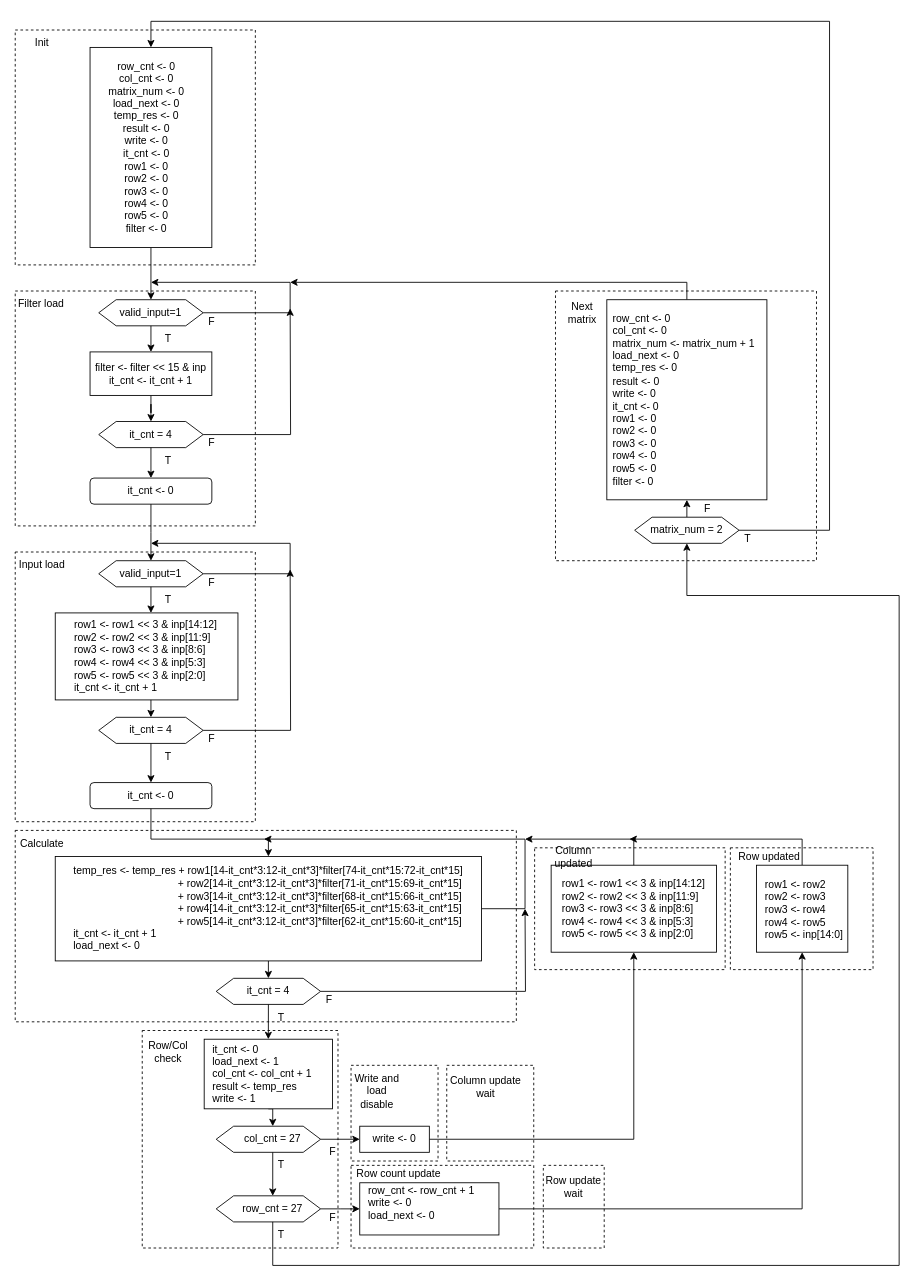
Earlier version of the draw.io diagram page "Convolution ASMD" (3 of 5) of Diagrams.drawio (thevenus/etin35-pulpino). Source tidied: cells renumbered, new cells numbered last; positions are measured from the earlier drawing's top-left corner, leaving out a move shared by most shapes. Both pictures are drawn from the tidied source at 87%, with x=0, y=0 at pixel (15, 21).
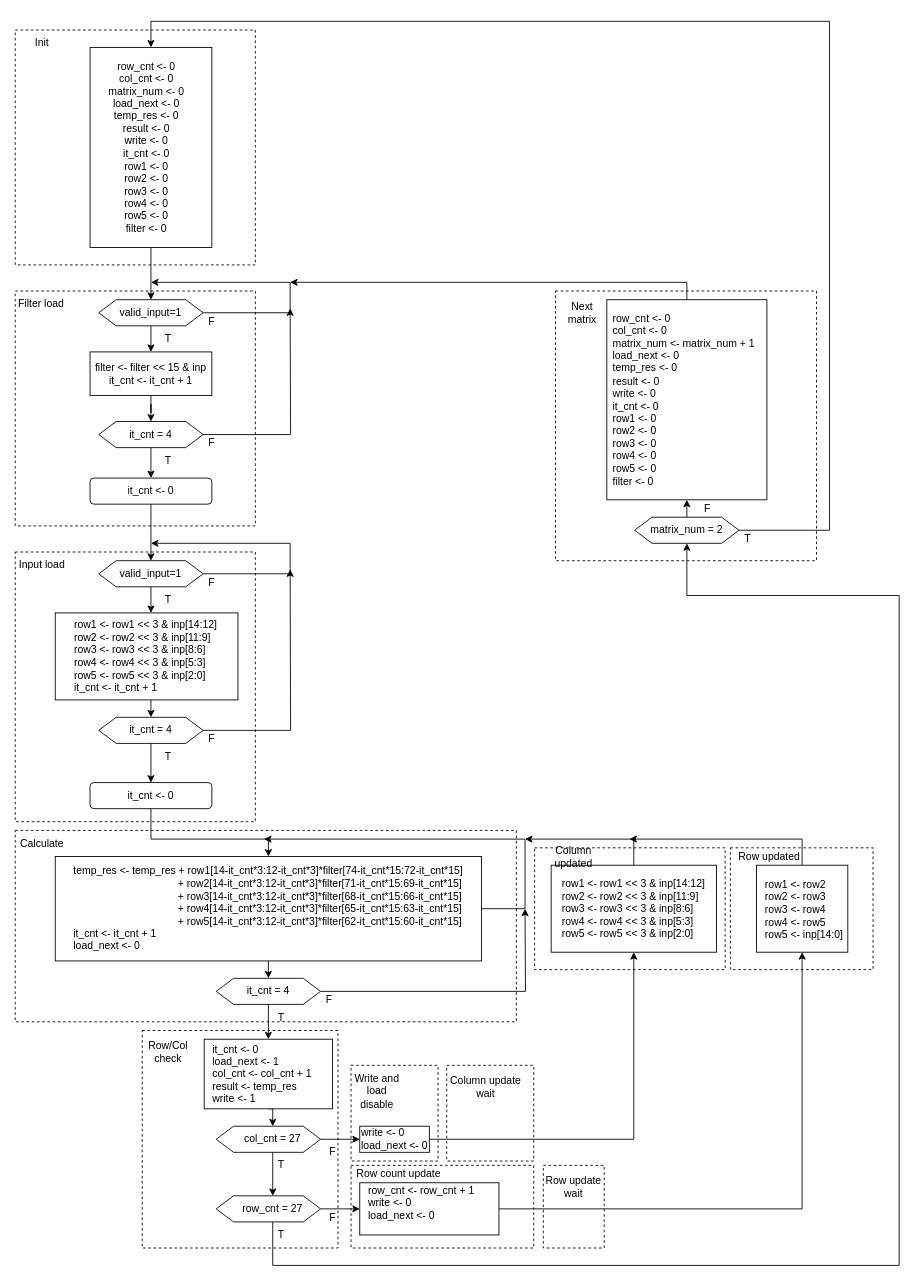
After the change.

Diff of the diagram source:
```diff
@@
-    <mxCell id="92" value="write &amp;lt;- 0" style="text;html=1;align=center;verticalAlign=middle;whiteSpace=wrap;rounded=0;" parent="1" vertex="1">
-      <mxGeometry x="406" y="1270" width="60" height="30" as="geometry" />
+    <mxCell id="92" value="&lt;div align=&quot;left&quot;&gt;write &amp;lt;- 0&lt;/div&gt;&lt;div align=&quot;left&quot;&gt;load_next &amp;lt;- 0&lt;br&gt;&lt;/div&gt;" style="text;html=1;align=left;verticalAlign=middle;whiteSpace=wrap;rounded=0;" parent="1" vertex="1">
+      <mxGeometry x="396" y="1270" width="80" height="30" as="geometry" />
     </mxCell>
```
